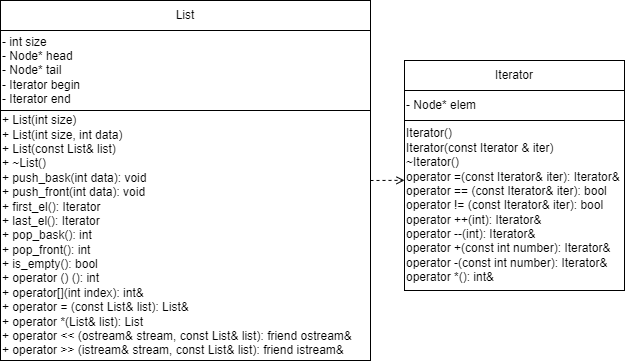
Earlier version of the draw.io export class_9/uml_9-1.drawio.png (SonyAkb/Laboratory-works-for-the-2-semester). Source tidied: cells renumbered, new cells last; positions are measured from the earlier drawing's top-left corner, leaving out a move shared by most shapes. Source of this version:
```xml
<mxGraphModel>
  <root>
    <mxCell id="0" />
    <mxCell id="1" parent="0" />
    <mxCell id="2" value="List" style="rounded=0;whiteSpace=wrap;html=1;" parent="1" vertex="1">
      <mxGeometry width="370" height="30" as="geometry" />
    </mxCell>
    <mxCell id="3" value="&lt;div&gt;- int size&lt;/div&gt;&lt;div&gt;- Node* head&lt;/div&gt;&lt;div&gt;- Node* tail&lt;/div&gt;&lt;div&gt;- Iterator begin&lt;/div&gt;&lt;div style=&quot;&quot;&gt;- Iterator end&lt;/div&gt;" style="rounded=0;whiteSpace=wrap;html=1;align=left;" parent="1" vertex="1">
      <mxGeometry y="30" width="370" height="80" as="geometry" />
    </mxCell>
    <mxCell id="4" value="&lt;div&gt;+ List(int size)&lt;/div&gt;&lt;div&gt;&lt;span style=&quot;background-color: initial;&quot;&gt;+&lt;/span&gt;&lt;span style=&quot;background-color: initial;&quot;&gt;&amp;nbsp;&lt;/span&gt;List(int size, int data)&lt;/div&gt;&lt;div&gt;&lt;span style=&quot;background-color: initial;&quot;&gt;+&lt;/span&gt;&lt;span style=&quot;background-color: initial;&quot;&gt;&amp;nbsp;&lt;/span&gt;List(const List&amp;amp; list)&lt;/div&gt;&lt;div&gt;&lt;span style=&quot;background-color: initial;&quot;&gt;+&lt;/span&gt;&lt;span style=&quot;background-color: initial;&quot;&gt;&amp;nbsp;&lt;/span&gt;~List()&lt;/div&gt;&lt;div&gt;&lt;span style=&quot;background-color: initial;&quot;&gt;+&lt;/span&gt;&lt;span style=&quot;background-color: initial;&quot;&gt;&amp;nbsp;&lt;/span&gt;push_bask(int data):&amp;nbsp;&lt;span style=&quot;background-color: initial;&quot;&gt;void&lt;/span&gt;&lt;/div&gt;&lt;div&gt;&lt;span style=&quot;background-color: initial;&quot;&gt;+&lt;/span&gt;&lt;span style=&quot;background-color: initial;&quot;&gt;&amp;nbsp;&lt;/span&gt;push_front(int data):&amp;nbsp;&lt;span style=&quot;background-color: initial;&quot;&gt;void&lt;/span&gt;&lt;/div&gt;&lt;div&gt;&lt;span style=&quot;background-color: initial;&quot;&gt;+&lt;/span&gt;&lt;span style=&quot;background-color: initial;&quot;&gt;&amp;nbsp;&lt;/span&gt;first_el():&amp;nbsp;&lt;span style=&quot;background-color: initial;&quot;&gt;Iterator&lt;/span&gt;&lt;span style=&quot;background-color: initial;&quot;&gt;&amp;nbsp;&lt;/span&gt;&lt;/div&gt;&lt;div&gt;&lt;span style=&quot;background-color: initial;&quot;&gt;+&lt;/span&gt;&lt;span style=&quot;background-color: initial;&quot;&gt;&amp;nbsp;&lt;/span&gt;last_el():&amp;nbsp;&lt;span style=&quot;background-color: initial;&quot;&gt;Iterator&lt;/span&gt;&lt;span style=&quot;background-color: initial;&quot;&gt;&amp;nbsp;&lt;/span&gt;&lt;/div&gt;&lt;div&gt;&lt;span style=&quot;background-color: initial;&quot;&gt;+&lt;/span&gt;&lt;span style=&quot;background-color: initial;&quot;&gt;&amp;nbsp;&lt;/span&gt;pop_bask():&amp;nbsp;&lt;span style=&quot;background-color: initial;&quot;&gt;int&lt;/span&gt;&lt;span style=&quot;background-color: initial;&quot;&gt;&amp;nbsp;&lt;/span&gt;&lt;/div&gt;&lt;div&gt;&lt;span style=&quot;background-color: initial;&quot;&gt;+&lt;/span&gt;&lt;span style=&quot;background-color: initial;&quot;&gt;&amp;nbsp;&lt;/span&gt;pop_front():&amp;nbsp;&lt;span style=&quot;background-color: initial;&quot;&gt;int&lt;/span&gt;&lt;span style=&quot;background-color: initial;&quot;&gt;&amp;nbsp;&lt;/span&gt;&lt;/div&gt;&lt;div&gt;&lt;span style=&quot;background-color: initial;&quot;&gt;+&lt;/span&gt;&lt;span style=&quot;background-color: initial;&quot;&gt;&amp;nbsp;&lt;/span&gt;is_empty():&amp;nbsp;&lt;span style=&quot;background-color: initial;&quot;&gt;bool&lt;/span&gt;&lt;span style=&quot;background-color: initial;&quot;&gt;&amp;nbsp;&lt;/span&gt;&lt;/div&gt;&lt;div&gt;&lt;span style=&quot;background-color: initial;&quot;&gt;+&lt;/span&gt;&lt;span style=&quot;background-color: initial;&quot;&gt;&amp;nbsp;&lt;/span&gt;operator () ():&amp;nbsp;&lt;span style=&quot;background-color: initial;&quot;&gt;int&lt;/span&gt;&lt;span style=&quot;background-color: initial;&quot;&gt;&amp;nbsp;&lt;/span&gt;&lt;/div&gt;&lt;div&gt;&lt;span style=&quot;background-color: initial;&quot;&gt;+&lt;/span&gt;&lt;span style=&quot;background-color: initial;&quot;&gt;&amp;nbsp;&lt;/span&gt;operator[](int index):&amp;nbsp;&lt;span style=&quot;background-color: initial;&quot;&gt;int&amp;amp;&lt;/span&gt;&lt;span style=&quot;background-color: initial;&quot;&gt;&amp;nbsp;&lt;/span&gt;&lt;/div&gt;&lt;div&gt;&lt;span style=&quot;background-color: initial;&quot;&gt;+&lt;/span&gt;&lt;span style=&quot;background-color: initial;&quot;&gt;&amp;nbsp;&lt;/span&gt;operator = (const List&amp;amp; list):&amp;nbsp;&lt;span style=&quot;background-color: initial;&quot;&gt;List&amp;amp;&lt;/span&gt;&lt;span style=&quot;background-color: initial;&quot;&gt;&amp;nbsp;&lt;/span&gt;&lt;/div&gt;&lt;div&gt;&lt;span style=&quot;background-color: initial;&quot;&gt;+&lt;/span&gt;&lt;span style=&quot;background-color: initial;&quot;&gt;&amp;nbsp;&lt;/span&gt;operator *(List&amp;amp; list):&amp;nbsp;&lt;span style=&quot;background-color: initial;&quot;&gt;List&lt;/span&gt;&lt;span style=&quot;background-color: initial;&quot;&gt;&amp;nbsp;&lt;/span&gt;&lt;/div&gt;&lt;div&gt;&lt;span style=&quot;background-color: initial;&quot;&gt;+&lt;/span&gt;&lt;span style=&quot;background-color: initial;&quot;&gt;&amp;nbsp;&lt;/span&gt;operator &amp;lt;&amp;lt; (ostream&amp;amp; stream, const List&amp;amp; list):&amp;nbsp;&lt;span style=&quot;background-color: initial;&quot;&gt;friend ostream&amp;amp;&lt;/span&gt;&lt;span style=&quot;background-color: initial;&quot;&gt;&amp;nbsp;&lt;/span&gt;&lt;/div&gt;&lt;div&gt;&lt;span style=&quot;background-color: initial;&quot;&gt;+&lt;/span&gt;&lt;span style=&quot;background-color: initial;&quot;&gt;&amp;nbsp;&lt;/span&gt;operator &amp;gt;&amp;gt; (istream&amp;amp; stream, const List&amp;amp; list):&amp;nbsp;&lt;span style=&quot;background-color: initial;&quot;&gt;friend istream&amp;amp;&lt;/span&gt;&lt;span style=&quot;background-color: initial;&quot;&gt;&amp;nbsp;&lt;/span&gt;&lt;/div&gt;" style="rounded=0;whiteSpace=wrap;html=1;align=left;" parent="1" vertex="1">
      <mxGeometry y="110" width="370" height="250" as="geometry" />
    </mxCell>
    <mxCell id="5" value="Iterator" style="rounded=0;whiteSpace=wrap;html=1;" parent="1" vertex="1">
      <mxGeometry x="404" y="60" width="220" height="30" as="geometry" />
    </mxCell>
    <mxCell id="6" value="&lt;div&gt;-&amp;nbsp;&lt;span style=&quot;background-color: initial;&quot;&gt;Node* elem&lt;/span&gt;&lt;/div&gt;" style="rounded=0;whiteSpace=wrap;html=1;align=left;" parent="1" vertex="1">
      <mxGeometry x="404" y="90" width="220" height="30" as="geometry" />
    </mxCell>
    <mxCell id="7" value="&lt;div&gt;Iterator()&lt;/div&gt;&lt;div&gt;Iterator(const Iterator &amp;amp; iter)&lt;/div&gt;&lt;div&gt;~Iterator()&amp;nbsp;&lt;/div&gt;&lt;div&gt;operator =(const Iterator&amp;amp; iter):&amp;nbsp;&lt;span style=&quot;background-color: initial;&quot;&gt;Iterator&amp;amp;&lt;/span&gt;&lt;span style=&quot;background-color: initial;&quot;&gt;&amp;nbsp;&lt;/span&gt;&lt;/div&gt;&lt;div&gt;operator == (const Iterator&amp;amp; iter):&amp;nbsp;&lt;span style=&quot;background-color: initial;&quot;&gt;bool&lt;/span&gt;&lt;span style=&quot;background-color: initial;&quot;&gt;&amp;nbsp;&lt;/span&gt;&lt;/div&gt;&lt;div&gt;operator != (const Iterator&amp;amp; iter):&amp;nbsp;&lt;span style=&quot;background-color: initial;&quot;&gt;bool&lt;/span&gt;&lt;span style=&quot;background-color: initial;&quot;&gt;&amp;nbsp;&lt;/span&gt;&lt;/div&gt;&lt;div&gt;operator ++(int):&amp;nbsp;&lt;span style=&quot;background-color: initial;&quot;&gt;Iterator&amp;amp;&lt;/span&gt;&lt;span style=&quot;background-color: initial;&quot;&gt;&amp;nbsp;&lt;/span&gt;&lt;/div&gt;&lt;div&gt;operator --(int):&amp;nbsp;&lt;span style=&quot;background-color: initial;&quot;&gt;Iterator&amp;amp;&lt;/span&gt;&lt;span style=&quot;background-color: initial;&quot;&gt;&amp;nbsp;&lt;/span&gt;&lt;/div&gt;&lt;div&gt;operator +(const int number):&amp;nbsp;&lt;span style=&quot;background-color: initial;&quot;&gt;Iterator&amp;amp;&lt;/span&gt;&lt;span style=&quot;background-color: initial;&quot;&gt;&amp;nbsp;&lt;/span&gt;&lt;/div&gt;&lt;div&gt;operator -(const int number):&amp;nbsp;&lt;span style=&quot;background-color: initial;&quot;&gt;Iterator&amp;amp;&lt;/span&gt;&lt;span style=&quot;background-color: initial;&quot;&gt;&amp;nbsp;&lt;/span&gt;&lt;/div&gt;&lt;div&gt;operator *():&amp;nbsp;&lt;span style=&quot;background-color: initial;&quot;&gt;int&amp;amp;&lt;/span&gt;&lt;span style=&quot;background-color: initial;&quot;&gt;&amp;nbsp;&lt;/span&gt;&lt;/div&gt;" style="rounded=0;whiteSpace=wrap;html=1;align=left;" parent="1" vertex="1">
      <mxGeometry x="404" y="120" width="220" height="170" as="geometry" />
    </mxCell>
    <mxCell id="8" style="endArrow=open;html=1;rounded=0;dashed=1;endFill=0;entryX=0;entryY=0.352;entryDx=0;entryDy=0;entryPerimeter=0;" parent="1" edge="1" target="7">
      <mxGeometry relative="1" as="geometry">
        <mxPoint x="370" y="180" as="sourcePoint" />
      </mxGeometry>
    </mxCell>
  </root>
</mxGraphModel>
```
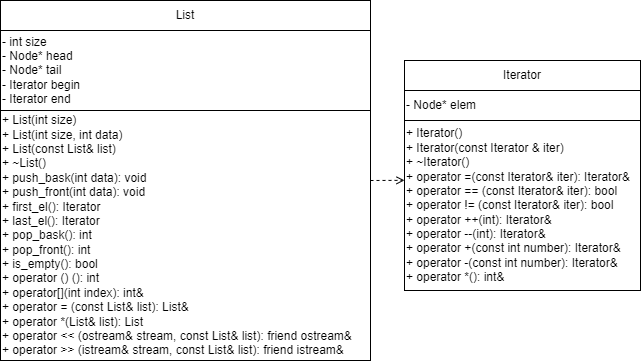
After the commit.

The edit, as a diff of the source:
```diff
@@ -12,18 +12,18 @@
       <mxGeometry y="110" width="370" height="250" as="geometry" />
     </mxCell>
     <mxCell id="5" value="Iterator" style="rounded=0;whiteSpace=wrap;html=1;" parent="1" vertex="1">
-      <mxGeometry x="404" y="60" width="220" height="30" as="geometry" />
+      <mxGeometry x="404" y="60" width="236" height="30" as="geometry" />
     </mxCell>
     <mxCell id="6" value="&lt;div&gt;-&amp;nbsp;&lt;span style=&quot;background-color: initial;&quot;&gt;Node* elem&lt;/span&gt;&lt;/div&gt;" style="rounded=0;whiteSpace=wrap;html=1;align=left;" parent="1" vertex="1">
-      <mxGeometry x="404" y="90" width="220" height="30" as="geometry" />
+      <mxGeometry x="404" y="90" width="236" height="30" as="geometry" />
     </mxCell>
-    <mxCell id="7" value="&lt;div&gt;Iterator()&lt;/div&gt;&lt;div&gt;Iterator(const Iterator &amp;amp; iter)&lt;/div&gt;&lt;div&gt;~Iterator()&amp;nbsp;&lt;/div&gt;&lt;div&gt;operator =(const Iterator&amp;amp; iter):&amp;nbsp;&lt;span style=&quot;background-color: initial;&quot;&gt;Iterator&amp;amp;&lt;/span&gt;&lt;span style=&quot;background-color: initial;&quot;&gt;&amp;nbsp;&lt;/span&gt;&lt;/div&gt;&lt;div&gt;operator == (const Iterator&amp;amp; iter):&amp;nbsp;&lt;span style=&quot;background-color: initial;&quot;&gt;bool&lt;/span&gt;&lt;span style=&quot;background-color: initial;&quot;&gt;&amp;nbsp;&lt;/span&gt;&lt;/div&gt;&lt;div&gt;operator != (const Iterator&amp;amp; iter):&amp;nbsp;&lt;span style=&quot;background-color: initial;&quot;&gt;bool&lt;/span&gt;&lt;span style=&quot;background-color: initial;&quot;&gt;&amp;nbsp;&lt;/span&gt;&lt;/div&gt;&lt;div&gt;operator ++(int):&amp;nbsp;&lt;span style=&quot;background-color: initial;&quot;&gt;Iterator&amp;amp;&lt;/span&gt;&lt;span style=&quot;background-color: initial;&quot;&gt;&amp;nbsp;&lt;/span&gt;&lt;/div&gt;&lt;div&gt;operator --(int):&amp;nbsp;&lt;span style=&quot;background-color: initial;&quot;&gt;Iterator&amp;amp;&lt;/span&gt;&lt;span style=&quot;background-color: initial;&quot;&gt;&amp;nbsp;&lt;/span&gt;&lt;/div&gt;&lt;div&gt;operator +(const int number):&amp;nbsp;&lt;span style=&quot;background-color: initial;&quot;&gt;Iterator&amp;amp;&lt;/span&gt;&lt;span style=&quot;background-color: initial;&quot;&gt;&amp;nbsp;&lt;/span&gt;&lt;/div&gt;&lt;div&gt;operator -(const int number):&amp;nbsp;&lt;span style=&quot;background-color: initial;&quot;&gt;Iterator&amp;amp;&lt;/span&gt;&lt;span style=&quot;background-color: initial;&quot;&gt;&amp;nbsp;&lt;/span&gt;&lt;/div&gt;&lt;div&gt;operator *():&amp;nbsp;&lt;span style=&quot;background-color: initial;&quot;&gt;int&amp;amp;&lt;/span&gt;&lt;span style=&quot;background-color: initial;&quot;&gt;&amp;nbsp;&lt;/span&gt;&lt;/div&gt;" style="rounded=0;whiteSpace=wrap;html=1;align=left;" parent="1" vertex="1">
-      <mxGeometry x="404" y="120" width="220" height="170" as="geometry" />
-    </mxCell>
-    <mxCell id="8" style="endArrow=open;html=1;rounded=0;dashed=1;endFill=0;entryX=0;entryY=0.352;entryDx=0;entryDy=0;entryPerimeter=0;" parent="1" edge="1" target="7">
-      <mxGeometry relative="1" as="geometry">
-        <mxPoint x="370" y="180" as="sourcePoint" />
-      </mxGeometry>
-    </mxCell>
+    <mxCell id="9" value="&lt;div&gt;+ Iterator()&lt;/div&gt;&lt;div&gt;+ Iterator(const Iterator &amp;amp; iter)&lt;/div&gt;&lt;div&gt;+ ~Iterator()&amp;nbsp;&lt;/div&gt;&lt;div&gt;+ operator =(const Iterator&amp;amp; iter):&amp;nbsp;&lt;span style=&quot;background-color: initial;&quot;&gt;Iterator&amp;amp;&lt;/span&gt;&lt;span style=&quot;background-color: initial;&quot;&gt;&amp;nbsp;&lt;/span&gt;&lt;/div&gt;&lt;div&gt;+ operator == (const Iterator&amp;amp; iter):&amp;nbsp;&lt;span style=&quot;background-color: initial;&quot;&gt;bool&lt;/span&gt;&lt;span style=&quot;background-color: initial;&quot;&gt;&amp;nbsp;&lt;/span&gt;&lt;/div&gt;&lt;div&gt;+ operator != (const Iterator&amp;amp; iter):&amp;nbsp;&lt;span style=&quot;background-color: initial;&quot;&gt;bool&lt;/span&gt;&lt;span style=&quot;background-color: initial;&quot;&gt;&amp;nbsp;&lt;/span&gt;&lt;/div&gt;&lt;div&gt;+ operator ++(int):&amp;nbsp;&lt;span style=&quot;background-color: initial;&quot;&gt;Iterator&amp;amp;&lt;/span&gt;&lt;span style=&quot;background-color: initial;&quot;&gt;&amp;nbsp;&lt;/span&gt;&lt;/div&gt;&lt;div&gt;+ operator --(int):&amp;nbsp;&lt;span style=&quot;background-color: initial;&quot;&gt;Iterator&amp;amp;&lt;/span&gt;&lt;span style=&quot;background-color: initial;&quot;&gt;&amp;nbsp;&lt;/span&gt;&lt;/div&gt;&lt;div&gt;+ operator +(const int number):&amp;nbsp;&lt;span style=&quot;background-color: initial;&quot;&gt;Iterator&amp;amp;&lt;/span&gt;&lt;span style=&quot;background-color: initial;&quot;&gt;&amp;nbsp;&lt;/span&gt;&lt;/div&gt;&lt;div&gt;+ operator -(const int number):&amp;nbsp;&lt;span style=&quot;background-color: initial;&quot;&gt;Iterator&amp;amp;&lt;/span&gt;&lt;span style=&quot;background-color: initial;&quot;&gt;&amp;nbsp;&lt;/span&gt;&lt;/div&gt;&lt;div&gt;+ operator *():&amp;nbsp;&lt;span style=&quot;background-color: initial;&quot;&gt;int&amp;amp;&lt;/span&gt;&lt;span style=&quot;background-color: initial;&quot;&gt;&amp;nbsp;&lt;/span&gt;&lt;/div&gt;" style="rounded=0;whiteSpace=wrap;html=1;align=left;" parent="1" vertex="1">
+      <mxGeometry x="404" y="120" width="236" height="170" as="geometry" />
+    </mxCell>
+    <mxCell id="10" style="endArrow=open;html=1;rounded=0;dashed=1;endFill=0;entryX=0;entryY=0.352;entryDx=0;entryDy=0;entryPerimeter=0;" parent="1" edge="1" target="9">
+      <mxGeometry relative="1" as="geometry">
+        <mxPoint x="370" y="180" as="sourcePoint" />
+      </mxGeometry>
+    </mxCell>
   </root>
 </mxGraphModel>
```
